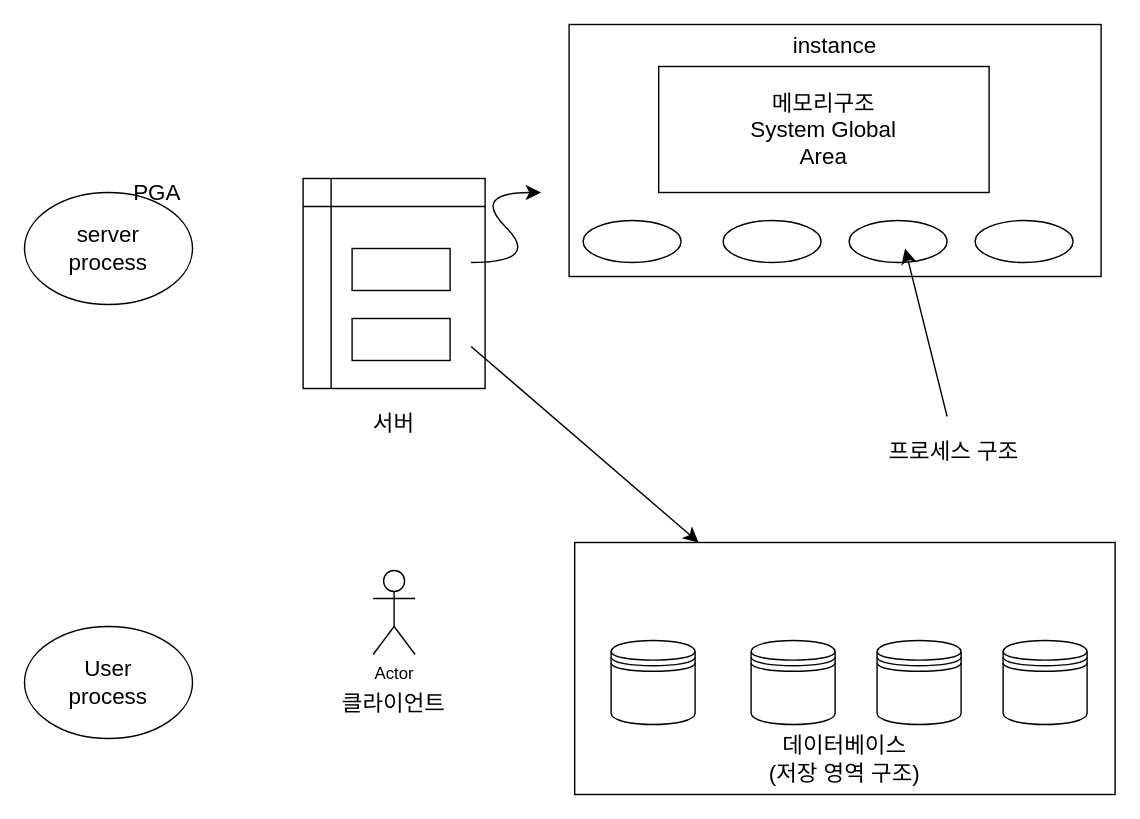
Earlier version of the draw.io diagram page "서버 구조" (1 of 3) of DB아키텍처.drawio (parkssang22/DB_architecture). Source tidied: cells renumbered, new cells numbered last; positions are measured from the earlier drawing's top-left corner, leaving out a move shared by most shapes. Both pictures are drawn from the tidied source at 140%, with x=0, y=0 at pixel (24, 24).
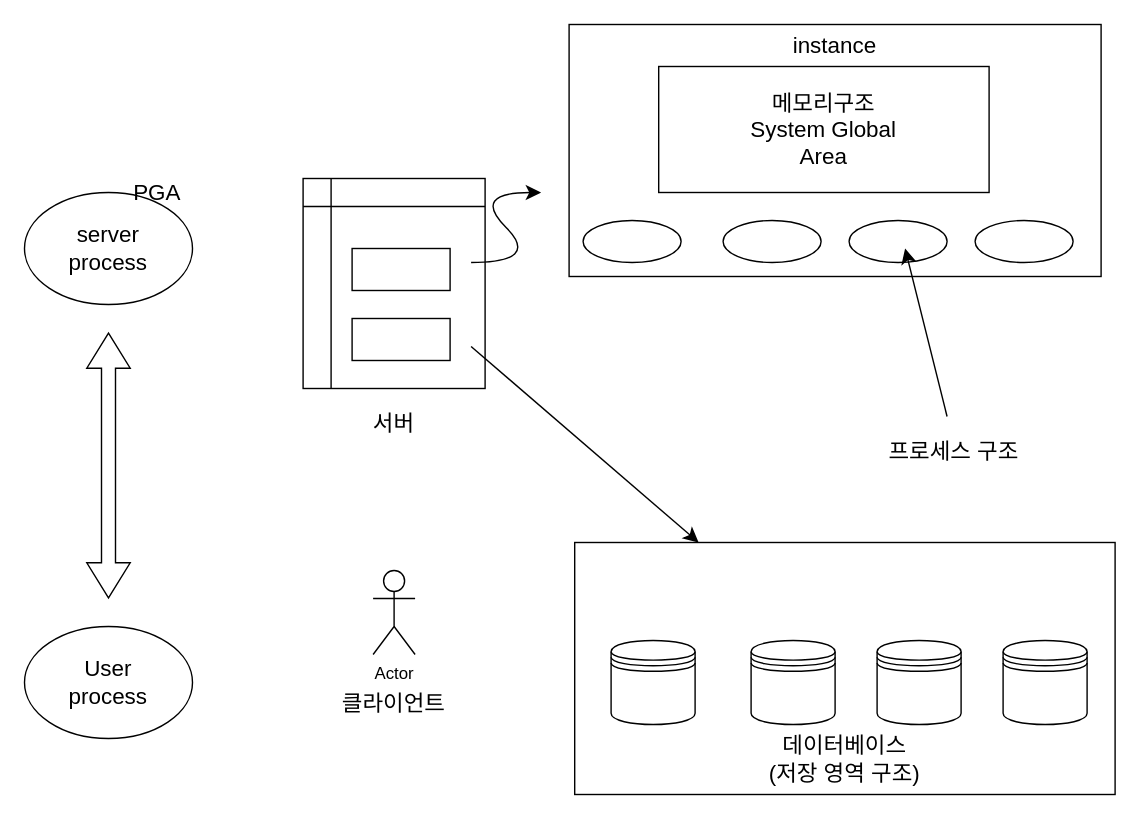
The same diagram, later.

Commit message:
DB아키텍처.drawio 업데이트

Diff of the diagram source:
```diff
@@
+    <mxCell id="31" style="shape=flexArrow;endArrow=classic;startArrow=classic;html=1;rounded=0;fontSize=12;startSize=8;endSize=8;curved=1;" parent="1" edge="1">
+      <mxGeometry relative="1" as="geometry">
+        <mxPoint x="60" y="410" as="sourcePoint" />
+        <mxPoint x="60" y="220" as="targetPoint" />
+      </mxGeometry>
+    </mxCell>
```
